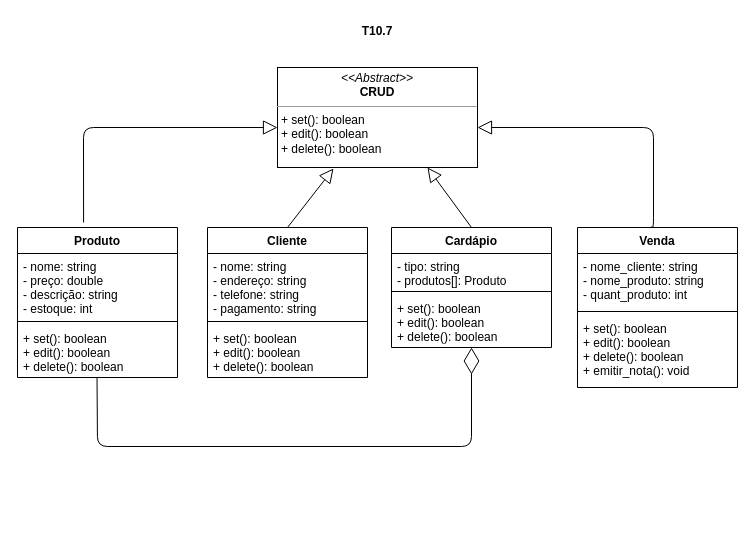
The draw.io diagram UML.drawio in DionVitor/oo-fga, before the edit. Source tidied: cells renumbered, new cells numbered last; positions are measured from the earlier drawing's top-left corner, leaving out a move shared by most shapes. Both pictures are drawn from the tidied source at 100%, with x=0, y=0 at pixel (17, 17).
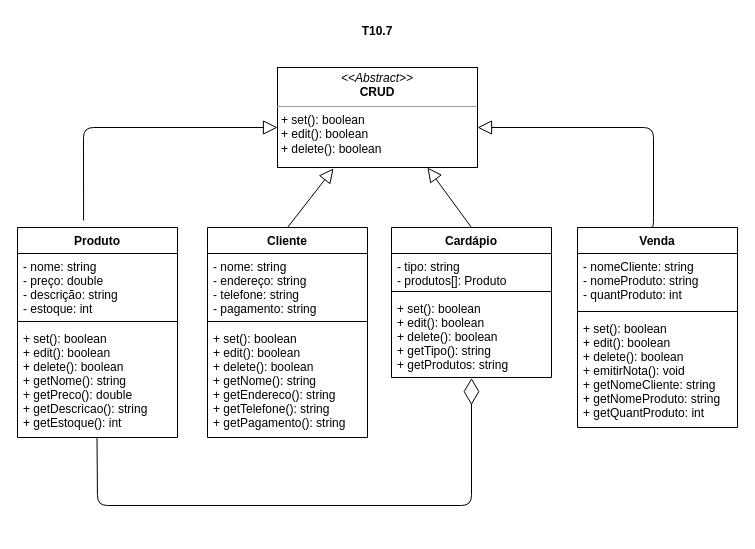
Above is the later version.

Commit message (it also covers changes not shown here):
Adicionados gets no UML

Change to the diagram source:
```diff
@@
     <mxCell id="3" value="Produto" style="swimlane;fontStyle=1;align=center;verticalAlign=top;horizontal=1;startSize=26;" parent="1" vertex="1">
-      <mxGeometry y="210" width="160" height="150" as="geometry" />
+      <mxGeometry y="210" width="160" height="210" as="geometry" />
     </mxCell>
@@
-    <mxCell id="6" value="+ set(): boolean&#10;+ edit(): boolean&#10;+ delete(): boolean" style="text;strokeColor=none;fillColor=none;align=left;verticalAlign=top;spacingLeft=4;spacingRight=4;overflow=hidden;points=[[0,0.5],[1,0.5]];portConstraint=eastwest;" parent="3" vertex="1">
-      <mxGeometry y="98" width="160" height="52" as="geometry" />
+    <mxCell id="6" value="+ set(): boolean&#10;+ edit(): boolean&#10;+ delete(): boolean&#10;+ getNome(): string&#10;+ getPreco(): double&#10;+ getDescricao(): string&#10;+ getEstoque(): int" style="text;strokeColor=none;fillColor=none;align=left;verticalAlign=top;spacingLeft=4;spacingRight=4;overflow=hidden;points=[[0,0.5],[1,0.5]];portConstraint=eastwest;" parent="3" vertex="1">
+      <mxGeometry y="98" width="160" height="112" as="geometry" />
     </mxCell>
     <mxCell id="7" value="Cliente" style="swimlane;fontStyle=1;align=center;verticalAlign=top;horizontal=1;startSize=26;" parent="1" vertex="1">
-      <mxGeometry x="190" y="210" width="160" height="150" as="geometry" />
+      <mxGeometry x="190" y="210" width="160" height="210" as="geometry" />
     </mxCell>
@@
-    <mxCell id="10" value="+ set(): boolean&#10;+ edit(): boolean&#10;+ delete(): boolean" style="text;strokeColor=none;fillColor=none;align=left;verticalAlign=top;spacingLeft=4;spacingRight=4;overflow=hidden;" parent="7" vertex="1">
-      <mxGeometry y="98" width="160" height="52" as="geometry" />
+    <mxCell id="10" value="+ set(): boolean&#10;+ edit(): boolean&#10;+ delete(): boolean&#10;+ getNome(): string&#10;+ getEndereco(): string&#10;+ getTelefone(): string&#10;+ getPagamento(): string" style="text;strokeColor=none;fillColor=none;align=left;verticalAlign=top;spacingLeft=4;spacingRight=4;overflow=hidden;" parent="7" vertex="1">
+      <mxGeometry y="98" width="160" height="112" as="geometry" />
     </mxCell>
     <mxCell id="11" value="Cardápio" style="swimlane;fontStyle=1;align=center;verticalAlign=top;horizontal=1;startSize=26;" parent="1" vertex="1">
-      <mxGeometry x="374" y="210" width="160" height="120" as="geometry" />
+      <mxGeometry x="374" y="210" width="160" height="150" as="geometry" />
     </mxCell>
@@
-    <mxCell id="14" value="+ set(): boolean&#10;+ edit(): boolean&#10;+ delete(): boolean" style="text;strokeColor=none;fillColor=none;align=left;verticalAlign=top;spacingLeft=4;spacingRight=4;overflow=hidden;points=[[0,0.5],[1,0.5]];portConstraint=eastwest;" parent="11" vertex="1">
-      <mxGeometry y="68" width="160" height="52" as="geometry" />
+    <mxCell id="14" value="+ set(): boolean&#10;+ edit(): boolean&#10;+ delete(): boolean&#10;+ getTipo(): string&#10;+ getProdutos: string" style="text;strokeColor=none;fillColor=none;align=left;verticalAlign=top;spacingLeft=4;spacingRight=4;overflow=hidden;points=[[0,0.5],[1,0.5]];portConstraint=eastwest;" parent="11" vertex="1">
+      <mxGeometry y="68" width="160" height="82" as="geometry" />
     </mxCell>
     <mxCell id="15" value="Venda" style="swimlane;fontStyle=1;align=center;verticalAlign=top;horizontal=1;startSize=26;" parent="1" vertex="1">
-      <mxGeometry x="560" y="210" width="160" height="160" as="geometry" />
+      <mxGeometry x="560" y="210" width="160" height="200" as="geometry" />
     </mxCell>
-    <mxCell id="16" value="- nome_cliente: string&#10;- nome_produto: string&#10;- quant_produto: int&#10;" style="text;strokeColor=none;fillColor=none;align=left;verticalAlign=top;spacingLeft=4;spacingRight=4;overflow=hidden;" parent="15" vertex="1">
+    <mxCell id="16" value="- nomeCliente: string&#10;- nomeProduto: string&#10;- quantProduto: int&#10;" style="text;strokeColor=none;fillColor=none;align=left;verticalAlign=top;spacingLeft=4;spacingRight=4;overflow=hidden;" parent="15" vertex="1">
       <mxGeometry y="26" width="160" height="54" as="geometry" />
     </mxCell>
@@
-    <mxCell id="18" value="+ set(): boolean&#10;+ edit(): boolean&#10;+ delete(): boolean&#10;+ emitir_nota(): void" style="text;strokeColor=none;fillColor=none;align=left;verticalAlign=top;spacingLeft=4;spacingRight=4;overflow=hidden;" parent="15" vertex="1">
-      <mxGeometry y="88" width="160" height="72" as="geometry" />
+    <mxCell id="18" value="+ set(): boolean&#10;+ edit(): boolean&#10;+ delete(): boolean&#10;+ emitirNota(): void&#10;+ getNomeCliente: string&#10;+ getNomeProduto: string&#10;+ getQuantProduto: int" style="text;strokeColor=none;fillColor=none;align=left;verticalAlign=top;spacingLeft=4;spacingRight=4;overflow=hidden;" parent="15" vertex="1">
+      <mxGeometry y="88" width="160" height="112" as="geometry" />
     </mxCell>
-    <mxCell id="19" style="endArrow=diamondThin;endFill=0;endSize=24;html=1;horizontal=1;exitX=0.497;exitY=1.012;exitDx=0;exitDy=0;exitPerimeter=0;" parent="1" edge="1" source="6">
+    <mxCell id="19" style="endArrow=diamondThin;endFill=0;endSize=24;html=1;horizontal=1;exitX=0.497;exitY=1.012;exitDx=0;exitDy=0;exitPerimeter=0;entryX=0.5;entryY=1.007;entryDx=0;entryDy=0;entryPerimeter=0;" parent="1" edge="1" target="14">
       <mxGeometry relative="1" as="geometry">
-        <mxPoint x="454" y="330" as="targetPoint" />
+        <mxPoint x="79.5" y="419.6" as="sourcePoint" />
         <Array as="points">
-          <mxPoint x="80" y="429" />
-          <mxPoint x="454" y="429" />
+          <mxPoint x="80" y="488" />
+          <mxPoint x="454" y="488" />
         </Array>
       </mxGeometry>
     </mxCell>
```
